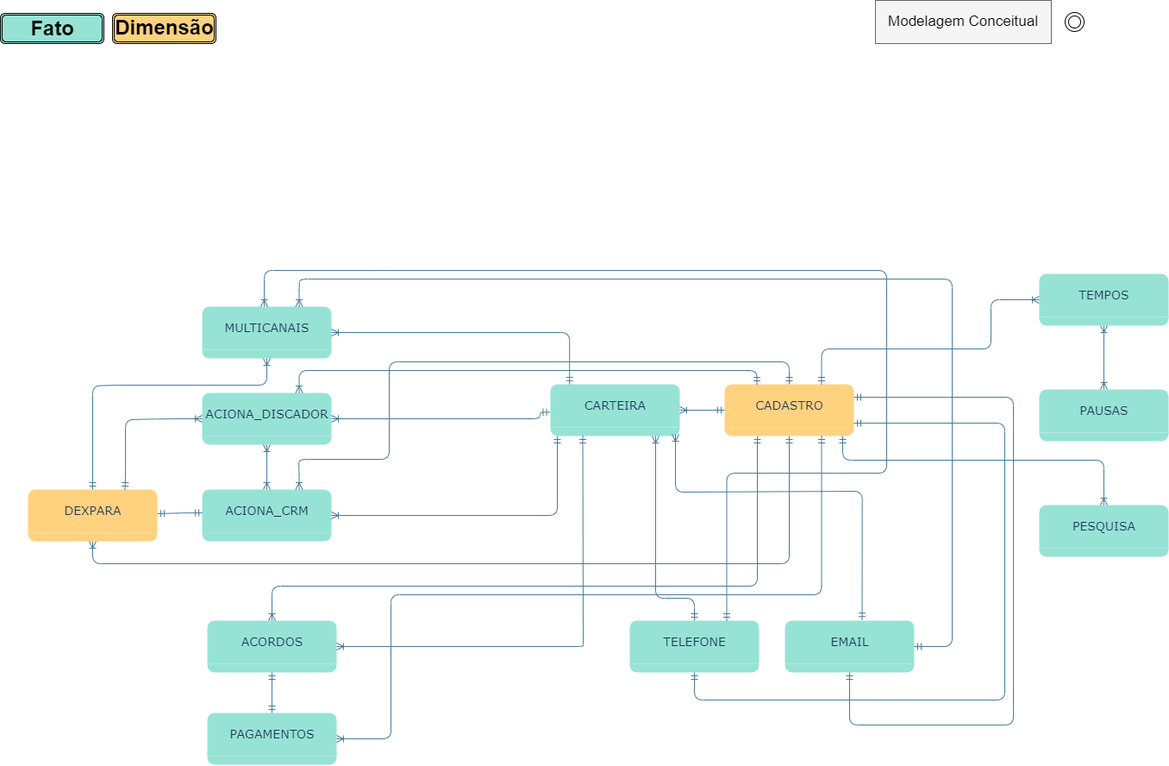
Earlier version of the draw.io export Modelagens/Modelagem Conceitual.png (Matheus-Shadow/Data-Warehouse). Source tidied: cells renumbered, new cells last; positions are measured from the earlier drawing's top-left corner, leaving out a move shared by most shapes.
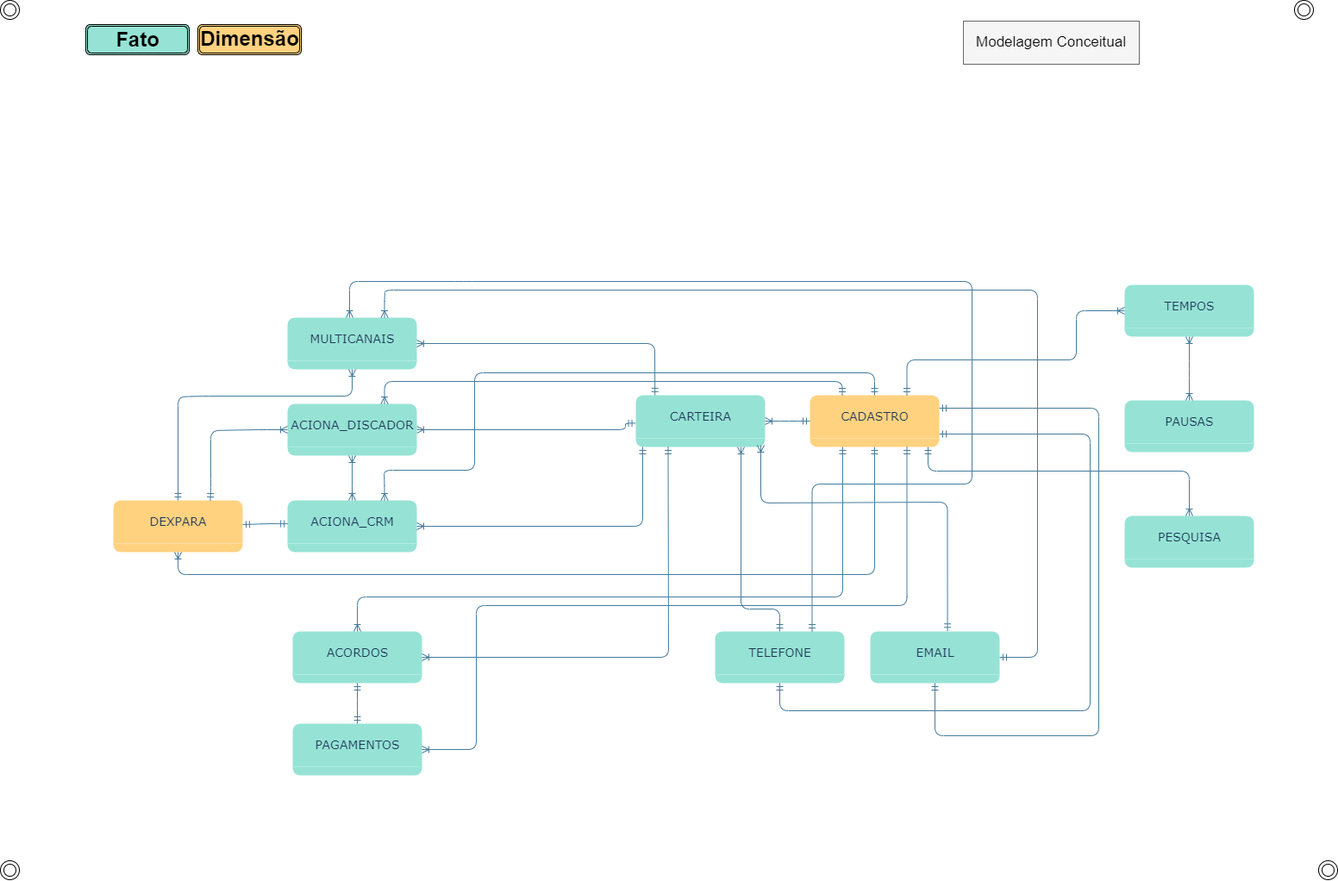
Later version of the same file.

What changed in the source:
```diff
@@ -166,10 +166,10 @@
       </mxGeometry>
     </mxCell>
     <mxCell id="32" value="&lt;font style=&quot;font-size: 17px;&quot; color=&quot;#000000&quot;&gt;Modelagem Conceitual&lt;/font&gt;" style="text;html=1;strokeColor=#666666;fillColor=#f5f5f5;align=center;verticalAlign=middle;whiteSpace=wrap;rounded=0;fontColor=#333333;" parent="1" vertex="1">
-      <mxGeometry x="1015" width="204" height="50" as="geometry" />
+      <mxGeometry x="1018" y="11" width="204" height="50" as="geometry" />
     </mxCell>
     <mxCell id="33" style="ellipse;shape=doubleEllipse;whiteSpace=wrap;html=1;fontColor=#000000;" parent="1" vertex="1">
-      <mxGeometry x="1235" y="14" width="22" height="22" as="geometry" />
+      <mxGeometry x="1402" y="-13" width="22" height="22" as="geometry" />
     </mxCell>
     <mxCell id="34" style="edgeStyle=orthogonalEdgeStyle;html=1;endArrow=ERmandOne;endFill=0;labelBackgroundColor=none;fontFamily=Verdana;fontSize=14;rounded=1;strokeColor=#457B9D;fontColor=default;startArrow=ERoneToMany;startFill=0;exitX=0.75;exitY=0;exitDx=0;exitDy=0;entryX=0.25;entryY=0;entryDx=0;entryDy=0;" parent="1" edge="1" source="4" target="12">
       <mxGeometry relative="1" as="geometry">
@@ -272,5 +272,14 @@
         </Array>
       </mxGeometry>
     </mxCell>
+    <mxCell id="45" style="ellipse;shape=doubleEllipse;whiteSpace=wrap;html=1;fontColor=#000000;" parent="1" vertex="1">
+      <mxGeometry x="1430" y="985" width="22" height="22" as="geometry" />
+    </mxCell>
+    <mxCell id="46" style="ellipse;shape=doubleEllipse;whiteSpace=wrap;html=1;fontColor=#000000;direction=south;" parent="1" vertex="1">
+      <mxGeometry x="-99" y="985" width="22" height="22" as="geometry" />
+    </mxCell>
+    <mxCell id="47" style="ellipse;shape=doubleEllipse;whiteSpace=wrap;html=1;fontColor=#000000;" parent="1" vertex="1">
+      <mxGeometry x="-99" y="-13" width="22" height="22" as="geometry" />
+    </mxCell>
   </root>
 </mxGraphModel>
```
